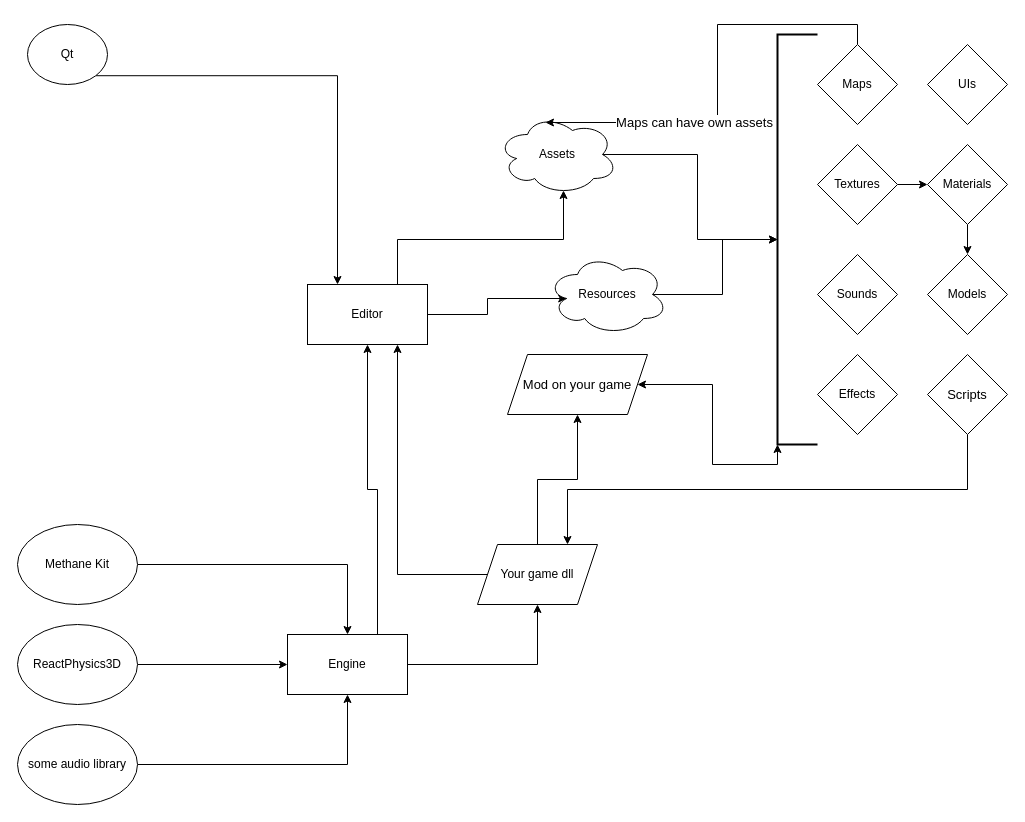
The draw.io diagram page "File Structure" (1 of 4) of schemas/Alpha_Engine.drawio in wings-studio/Alpha_Engine, before the edit. Source tidied: cells renumbered, new cells numbered last; positions are measured from the earlier drawing's top-left corner, leaving out a move shared by most shapes. Both pictures are drawn from the tidied source at 100%, with x=0, y=0 at pixel (17, 24).
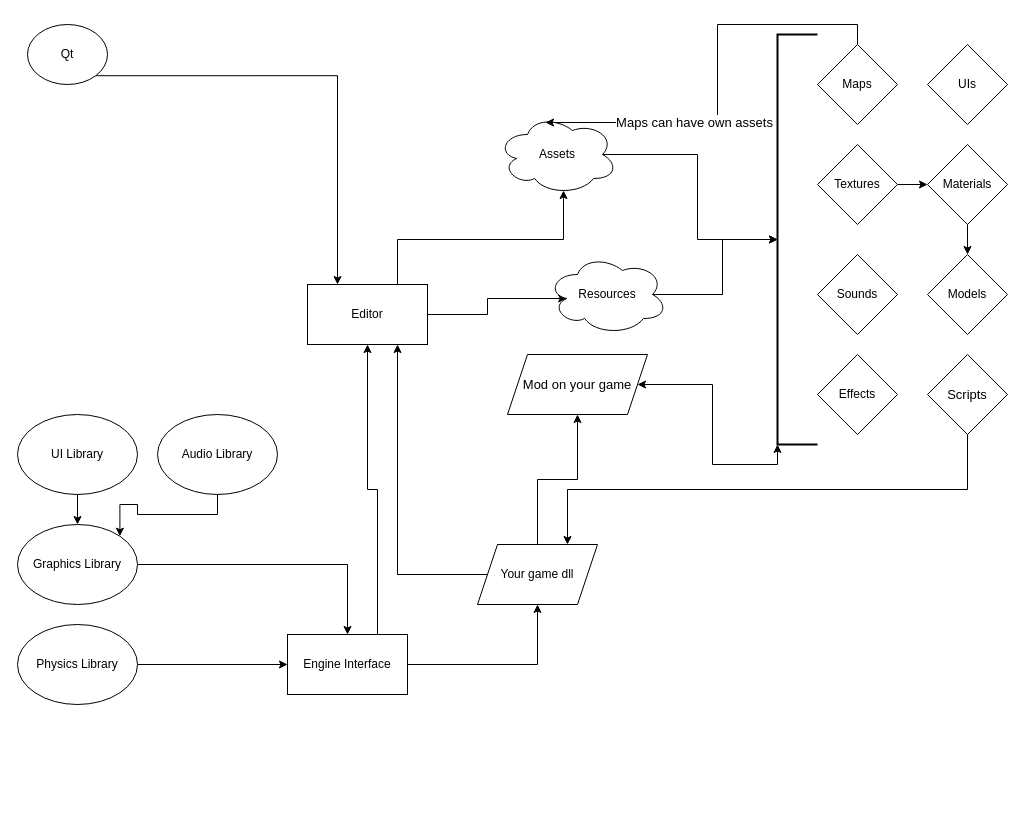
The same page after the edit.

The edit, as a diff of the source:
```diff
@@
-    <mxCell id="8" value="Methane Kit" style="ellipse;whiteSpace=wrap;html=1;" parent="1" vertex="1">
+    <mxCell id="8" value="Graphics Library" style="ellipse;whiteSpace=wrap;html=1;" parent="1" vertex="1">
       <mxGeometry y="500" width="120" height="80" as="geometry" />
     </mxCell>
-    <mxCell id="9" style="edgeStyle=orthogonalEdgeStyle;rounded=0;jettySize=auto;html=1;exitX=1;exitY=0.5;exitDx=0;exitDy=0;entryX=0.5;entryY=1;entryDx=0;entryDy=0;" parent="1" edge="1" source="10" target="13">
-      <mxGeometry relative="1" as="geometry" />
-    </mxCell>
+    <mxCell id="39" style="edgeStyle=orthogonalEdgeStyle;rounded=0;jettySize=auto;html=1;exitX=0.5;exitY=1;exitDx=0;exitDy=0;entryX=1;entryY=0;entryDx=0;entryDy=0;" parent="1" edge="1" source="10" target="8">
+      <mxGeometry relative="1" as="geometry" />
+    </mxCell>
-    <mxCell id="10" value="some audio library" style="ellipse;whiteSpace=wrap;html=1;" parent="1" vertex="1">
-      <mxGeometry y="700" width="120" height="80" as="geometry" />
+    <mxCell id="10" value="Audio Library" style="ellipse;whiteSpace=wrap;html=1;" parent="1" vertex="1">
+      <mxGeometry x="140" y="390" width="120" height="80" as="geometry" />
     </mxCell>
@@
-    <mxCell id="13" value="Engine" style="rounded=0;whiteSpace=wrap;html=1;" parent="1" vertex="1">
+    <mxCell id="13" value="Engine Interface" style="rounded=0;whiteSpace=wrap;html=1;" parent="1" vertex="1">
       <mxGeometry x="270" y="610" width="120" height="60" as="geometry" />
     </mxCell>
@@
-    <mxCell id="38" value="ReactPhysics3D" style="ellipse;whiteSpace=wrap;html=1;" parent="1" vertex="1">
+    <mxCell id="38" value="Physics Library" style="ellipse;whiteSpace=wrap;html=1;" parent="1" vertex="1">
       <mxGeometry y="600" width="120" height="80" as="geometry" />
     </mxCell>
+    <mxCell id="40" style="edgeStyle=orthogonalEdgeStyle;rounded=0;jettySize=auto;html=1;exitX=0.5;exitY=1;exitDx=0;exitDy=0;" parent="1" edge="1" source="41" target="8">
+      <mxGeometry relative="1" as="geometry" />
+    </mxCell>
+    <mxCell id="41" value="UI&amp;nbsp;Library" style="ellipse;whiteSpace=wrap;html=1;" parent="1" vertex="1">
+      <mxGeometry y="390" width="120" height="80" as="geometry" />
+    </mxCell>
```
